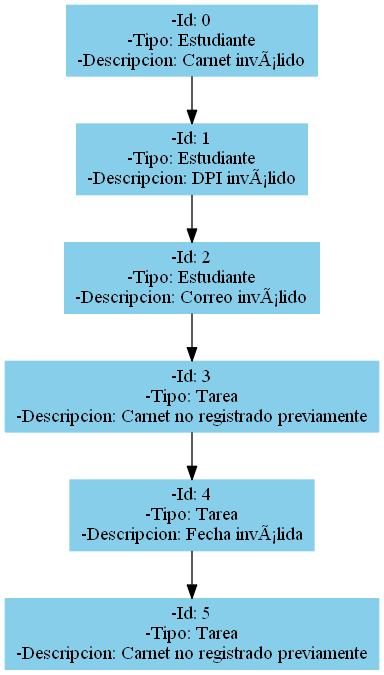
This is Reportes/Cola.png from rodriporon/EDD_SmartClass_201902781, a Graphviz export, as it was before one commit. Its source is kept beside it as Reportes/Cola.dot. The source it was exported from:
```dot
digraph {
 rankdir=TB;
	Nodo0->Nodo1;

 	Nodo0[shape=box, style=filled, color=skyblue, label= "-Id: 0
-Tipo: Estudiante
-Descripcion: Carnet inválido"]
	Nodo1->Nodo2;

 	Nodo1[shape=box, style=filled, color=skyblue, label= "-Id: 1
-Tipo: Estudiante
-Descripcion: DPI inválido"]
	Nodo2->Nodo3;

 	Nodo2[shape=box, style=filled, color=skyblue, label= "-Id: 2
-Tipo: Estudiante
-Descripcion: Correo inválido"]
	Nodo3->Nodo4;

 	Nodo3[shape=box, style=filled, color=skyblue, label= "-Id: 3
-Tipo: Tarea
-Descripcion: Carnet no registrado previamente"]
	Nodo4->Nodo5;

 	Nodo4[shape=box, style=filled, color=skyblue, label= "-Id: 4
-Tipo: Tarea
-Descripcion: Fecha inválida"]

 	Nodo5[shape=box, style=filled, color=skyblue, label= "-Id: 5
-Tipo: Tarea
-Descripcion: Carnet no registrado previamente"]
}
```
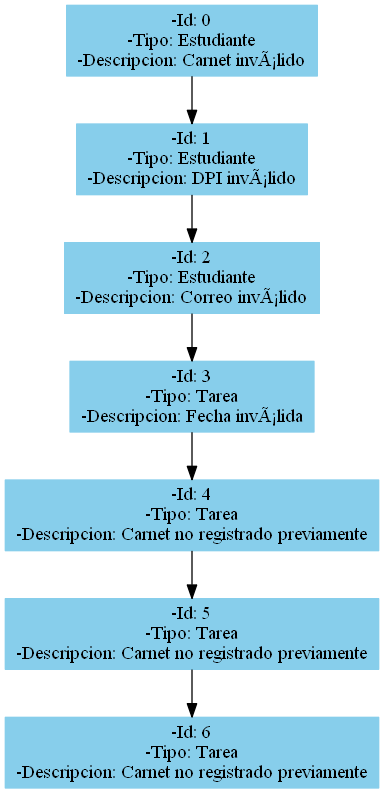
Later version of the same file.

Change to the diagram source:
```diff
@@ -19,14 +19,19 @@
 
  	Nodo3[shape=box, style=filled, color=skyblue, label= "-Id: 3
 -Tipo: Tarea
--Descripcion: Carnet no registrado previamente"]
+-Descripcion: Fecha inválida"]
 	Nodo4->Nodo5;
 
  	Nodo4[shape=box, style=filled, color=skyblue, label= "-Id: 4
 -Tipo: Tarea
--Descripcion: Fecha inválida"]
+-Descripcion: Carnet no registrado previamente"]
+	Nodo5->Nodo6;
 
  	Nodo5[shape=box, style=filled, color=skyblue, label= "-Id: 5
 -Tipo: Tarea
 -Descripcion: Carnet no registrado previamente"]
+
+ 	Nodo6[shape=box, style=filled, color=skyblue, label= "-Id: 6
+-Tipo: Tarea
+-Descripcion: Carnet no registrado previamente"]
 }
```
